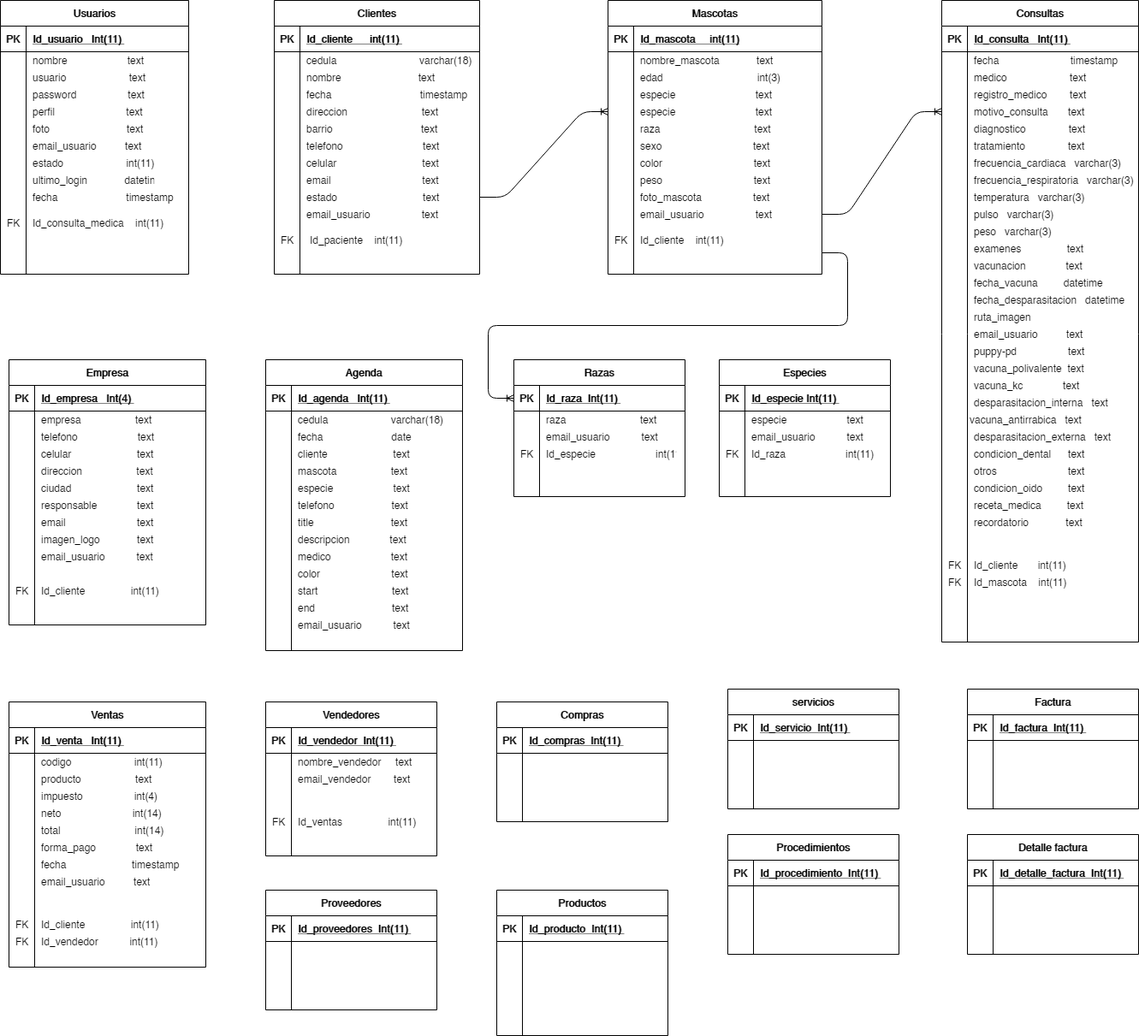
Earlier version of the draw.io export Untitled Diagram.png (heberthm/ejemplos-blog). Source tidied: cells renumbered, new cells last; positions are measured from the earlier drawing's top-left corner, leaving out a move shared by most shapes.
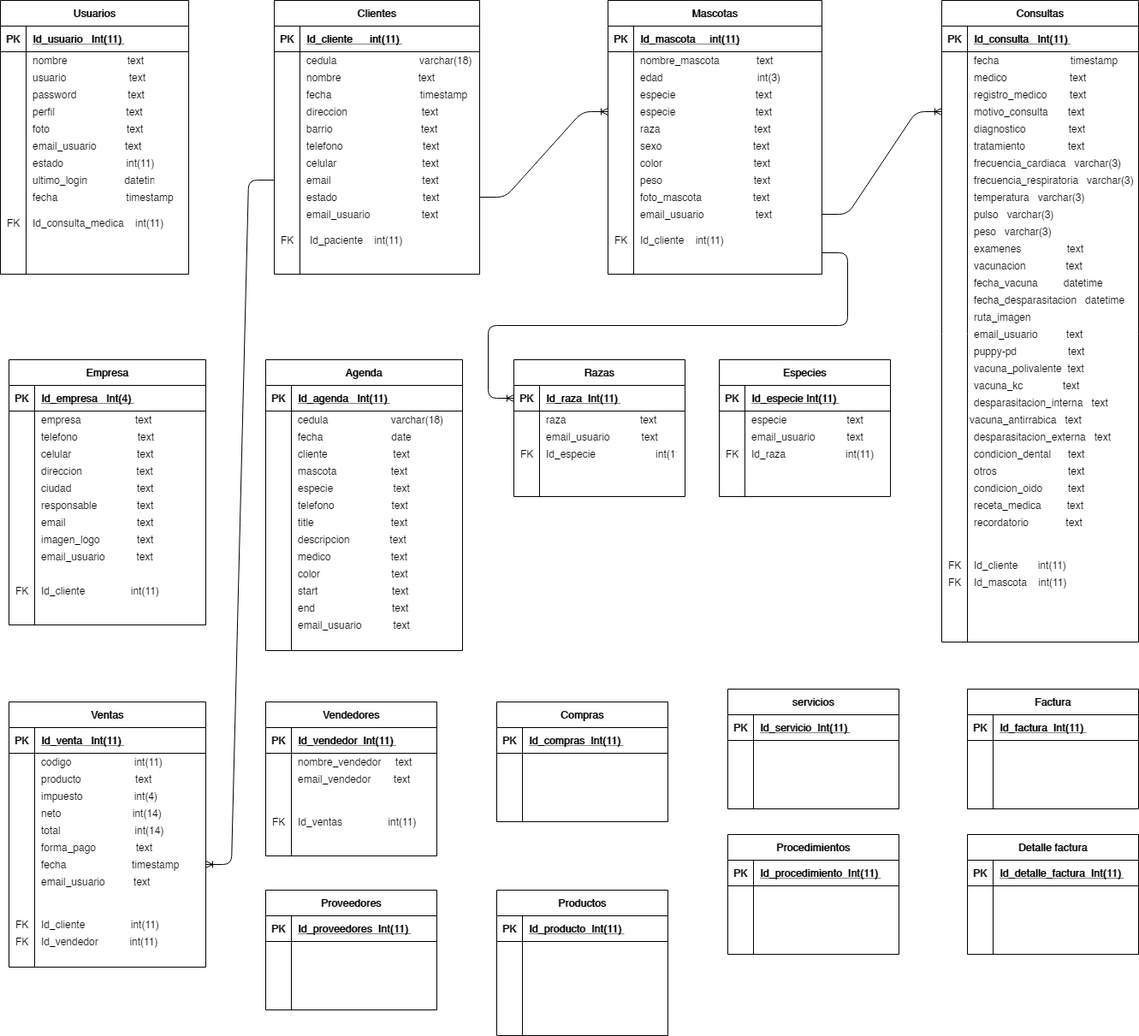
Above is the later version.

Diff of the diagram source:
```diff
@@ -949,5 +949,8 @@
     <mxCell id="316" value="Id_detalle_factura  Int(11) " style="shape=partialRectangle;fillColor=none;top=0;left=0;bottom=0;right=0;align=left;spacingLeft=6;fontStyle=5;overflow=hidden;" parent="314" vertex="1">
       <mxGeometry x="30" width="170" height="30" as="geometry" />
     </mxCell>
+    <mxCell id="317" style="edgeStyle=entityRelationEdgeStyle;fontSize=12;html=1;endArrow=ERoneToMany;" parent="1" edge="1" source="86" target="265">
+      <mxGeometry relative="1" as="geometry" />
+    </mxCell>
   </root>
 </mxGraphModel>
```
